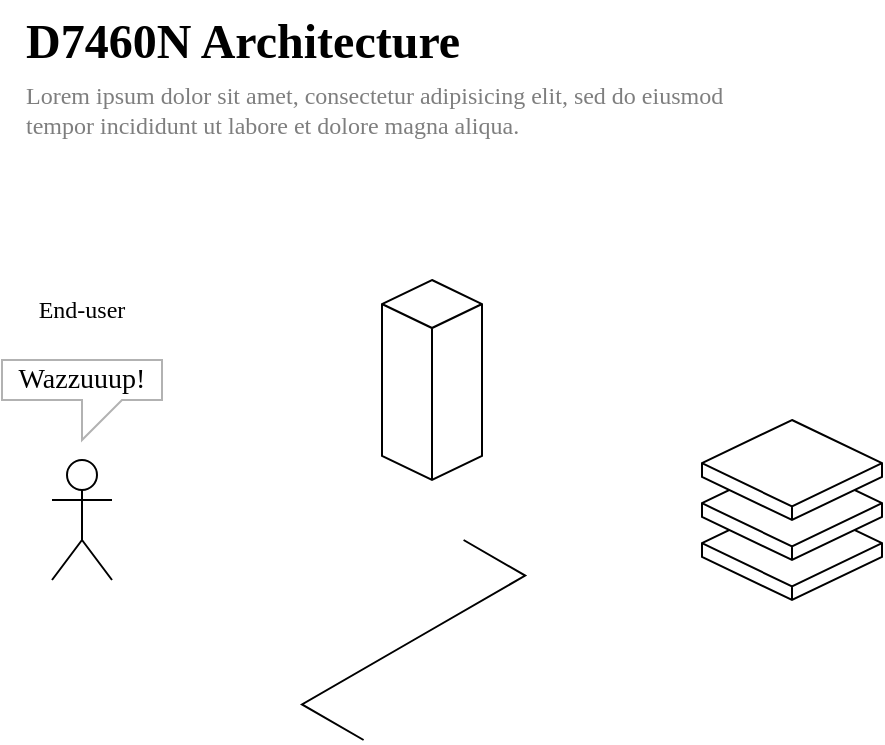
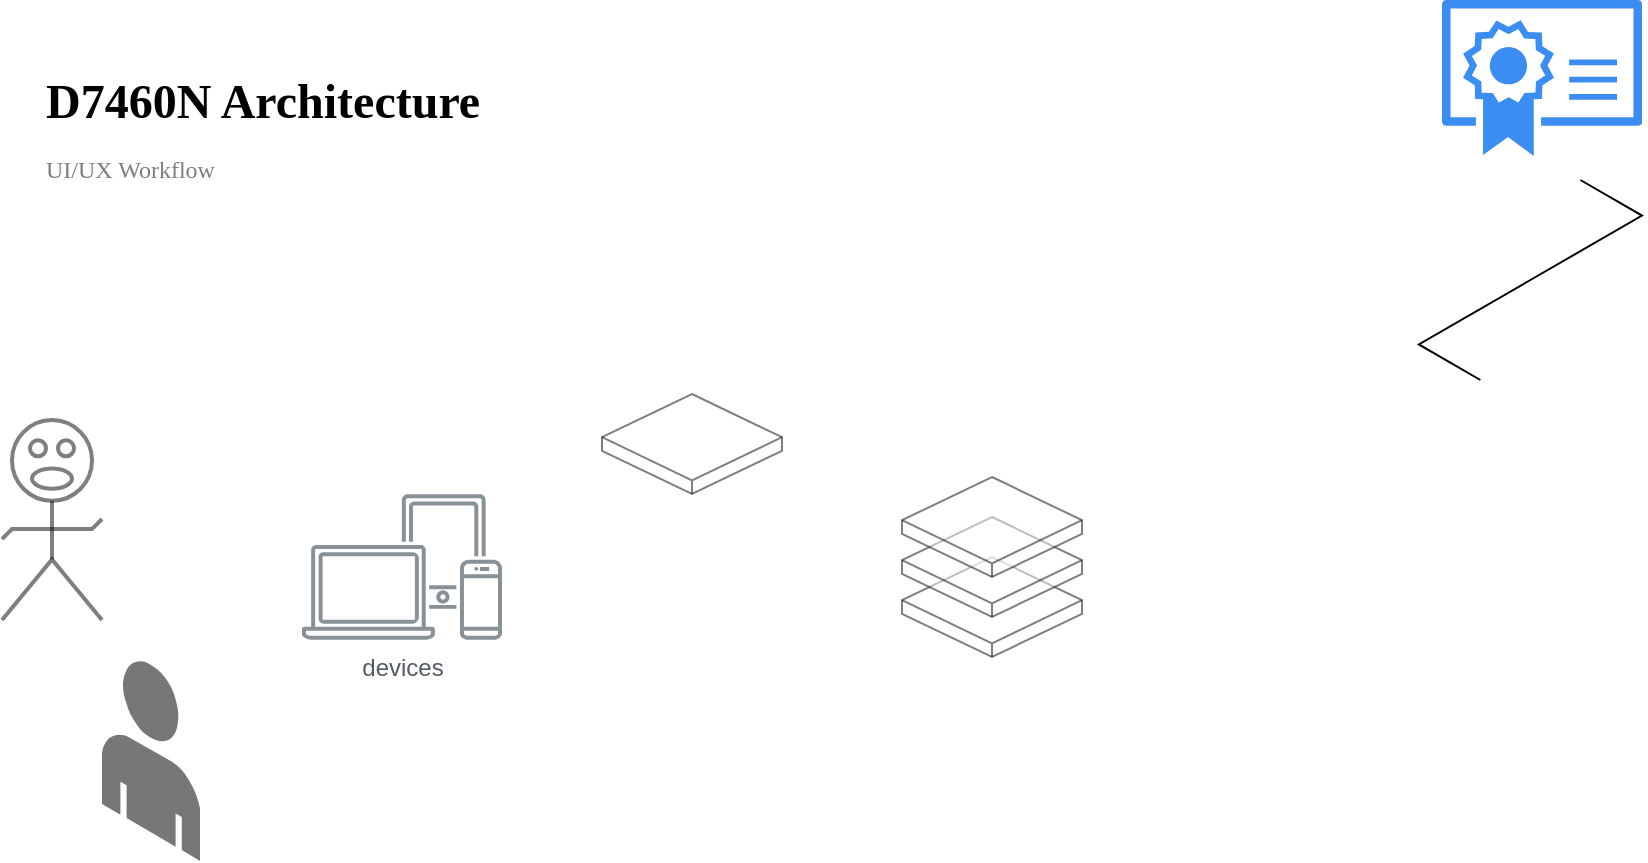
<mxfile host="app.diagrams.net">
  <diagram name="Page-1" id="1L3lwdz5k8RD5xpfTW7Q">
-     <mxGraphModel dx="2040" dy="1283" grid="1" gridSize="10" guides="1" tooltips="1" connect="1" arrows="1" fold="1" page="1" pageScale="1" pageWidth="850" pageHeight="1100" math="0" shadow="0">
+     <mxGraphModel dx="971" dy="611" grid="1" gridSize="10" guides="1" tooltips="1" connect="1" arrows="1" fold="1" page="1" pageScale="1" pageWidth="850" pageHeight="1100" background="none" math="0" shadow="0">
      <root>
        <mxCell id="0" />
        <mxCell id="1" parent="0" />
        <mxCell id="LfbMUPxPE-MoH8NiE-iL-1" parent="1" style="text;html=1;whiteSpace=wrap;overflow=hidden;rounded=0;fontFamily=Oxanium;fontSource=https%3A%2F%2Ffonts.googleapis.com%2Fcss%3Ffamily%3DOxanium;" value="&lt;h1 style=&quot;margin-top: 0px;&quot;&gt;D7460N Architecture&lt;/h1&gt;" vertex="1">
          <mxGeometry height="40" width="250" x="40" y="40" as="geometry" />
        </mxCell>
-         <mxCell id="LfbMUPxPE-MoH8NiE-iL-2" parent="1" style="shape=umlActor;verticalLabelPosition=bottom;verticalAlign=top;html=1;outlineConnect=0;fontFamily=Oxanium;fontSource=https%3A%2F%2Ffonts.googleapis.com%2Fcss%3Ffamily%3DOxanium;" value="" vertex="1">
-           <mxGeometry height="60" width="30" x="55" y="270" as="geometry" />
+         <mxCell id="LfbMUPxPE-MoH8NiE-iL-7" parent="1" style="html=1;whiteSpace=wrap;shape=isoCube2;backgroundOutline=1;isoAngle=15;fontFamily=Oxanium;fontSource=https%3A%2F%2Ffonts.googleapis.com%2Fcss%3Ffamily%3DOxanium;opacity=50;" value="" vertex="1">
+           <mxGeometry height="50" width="90" x="470" y="288.5" as="geometry" />
        </mxCell>
-         <mxCell id="LfbMUPxPE-MoH8NiE-iL-3" parent="1" style="text;html=1;whiteSpace=wrap;strokeColor=none;fillColor=none;align=center;verticalAlign=middle;rounded=0;fontFamily=Oxanium;fontSource=https%3A%2F%2Ffonts.googleapis.com%2Fcss%3Ffamily%3DOxanium;" value="End-user" vertex="1">
-           <mxGeometry height="30" width="60" x="40" y="180" as="geometry" />
+         <mxCell id="LfbMUPxPE-MoH8NiE-iL-8" parent="1" style="html=1;whiteSpace=wrap;shape=isoCube2;backgroundOutline=1;isoAngle=15;fontFamily=Oxanium;fontSource=https%3A%2F%2Ffonts.googleapis.com%2Fcss%3Ffamily%3DOxanium;opacity=50;" value="" vertex="1">
+           <mxGeometry height="50" width="90" x="470" y="268.5" as="geometry" />
        </mxCell>
-         <mxCell id="LfbMUPxPE-MoH8NiE-iL-7" parent="1" style="html=1;whiteSpace=wrap;shape=isoCube2;backgroundOutline=1;isoAngle=15;fontFamily=Oxanium;fontSource=https%3A%2F%2Ffonts.googleapis.com%2Fcss%3Ffamily%3DOxanium;" value="" vertex="1">
-           <mxGeometry height="50" width="90" x="380" y="290" as="geometry" />
-         </mxCell>
-         <mxCell id="LfbMUPxPE-MoH8NiE-iL-8" parent="1" style="html=1;whiteSpace=wrap;shape=isoCube2;backgroundOutline=1;isoAngle=15;fontFamily=Oxanium;fontSource=https%3A%2F%2Ffonts.googleapis.com%2Fcss%3Ffamily%3DOxanium;" value="" vertex="1">
-           <mxGeometry height="50" width="90" x="380" y="270" as="geometry" />
-         </mxCell>
-         <mxCell id="LfbMUPxPE-MoH8NiE-iL-9" parent="1" style="html=1;whiteSpace=wrap;shape=isoCube2;backgroundOutline=1;isoAngle=15;fontFamily=Oxanium;fontSource=https%3A%2F%2Ffonts.googleapis.com%2Fcss%3Ffamily%3DOxanium;" value="" vertex="1">
-           <mxGeometry height="50" width="90" x="380" y="250" as="geometry" />
-         </mxCell>
-         <mxCell id="vN-JYQFVEooeD03goyw9-2" parent="1" style="html=1;whiteSpace=wrap;shape=isoCube2;backgroundOutline=1;isoAngle=15;fontFamily=Oxanium;fontSource=https%3A%2F%2Ffonts.googleapis.com%2Fcss%3Ffamily%3DOxanium;" value="" vertex="1">
-           <mxGeometry height="100" width="50" x="220" y="180" as="geometry" />
+         <mxCell id="LfbMUPxPE-MoH8NiE-iL-9" parent="1" style="html=1;whiteSpace=wrap;shape=isoCube2;backgroundOutline=1;isoAngle=15;fontFamily=Oxanium;fontSource=https%3A%2F%2Ffonts.googleapis.com%2Fcss%3Ffamily%3DOxanium;opacity=50;" value="" vertex="1">
+           <mxGeometry height="50" width="90" x="470" y="248.5" as="geometry" />
        </mxCell>
        <mxCell id="vN-JYQFVEooeD03goyw9-3" edge="1" parent="1" style="edgeStyle=isometricEdgeStyle;endArrow=none;html=1;elbow=vertical;rounded=0;" value="">
          <mxGeometry height="100" relative="1" width="50" as="geometry">
-             <mxPoint x="210.8" y="410" as="sourcePoint" />
-             <mxPoint x="260.8" y="310" as="targetPoint" />
+             <mxPoint x="759.1999999999999" y="200" as="sourcePoint" />
+             <mxPoint x="809.1999999999999" y="100" as="targetPoint" />
          </mxGeometry>
        </mxCell>
-         <mxCell id="vN-JYQFVEooeD03goyw9-4" parent="1" style="shape=callout;whiteSpace=wrap;html=1;perimeter=calloutPerimeter;position2=0.5;size=20;position=0.5;fontFamily=Oxanium;fontSource=https%3A%2F%2Ffonts.googleapis.com%2Fcss%3Ffamily%3DOxanium;autosizeText=1;fontSize=14;opacity=30;" value="Wazzuuup!" vertex="1">
-           <mxGeometry height="40" width="80" x="30" y="220" as="geometry" />
+         <mxCell id="-z0_abtDp8Hiw1sDU8dF-1" parent="1" style="text;html=1;whiteSpace=wrap;strokeColor=none;fillColor=none;align=left;verticalAlign=middle;rounded=0;opacity=50;textOpacity=50;" value="&lt;span style=&quot;font-family: Oxanium;&quot;&gt;UI/UX Workflow&lt;/span&gt;" vertex="1">
+           <mxGeometry height="30" width="380" x="40" y="80" as="geometry" />
        </mxCell>
-         <mxCell id="-z0_abtDp8Hiw1sDU8dF-1" parent="1" style="text;html=1;whiteSpace=wrap;strokeColor=none;fillColor=none;align=left;verticalAlign=middle;rounded=0;opacity=50;textOpacity=50;" value="&lt;span style=&quot;font-family: Oxanium;&quot;&gt;Lorem ipsum dolor sit amet, consectetur adipisicing elit, sed do eiusmod tempor incididunt ut labore et dolore magna aliqua.&lt;/span&gt;" vertex="1">
-           <mxGeometry height="30" width="380" x="40" y="80" as="geometry" />
+         <mxCell id="TUrz2ZcVi2iwaZO9Qmu0-11" parent="1" style="sketch=0;outlineConnect=0;gradientColor=none;fontColor=#545B64;strokeColor=none;fillColor=#879196;dashed=0;verticalLabelPosition=bottom;verticalAlign=top;align=center;html=1;fontSize=12;fontStyle=0;aspect=fixed;shape=mxgraph.aws4.illustration_devices;pointerEvents=1" value="devices" vertex="1">
+           <mxGeometry height="73" width="100" x="170" y="257" as="geometry" />
+         </mxCell>
+         <mxCell id="TUrz2ZcVi2iwaZO9Qmu0-21" parent="1" style="sketch=0;html=1;aspect=fixed;strokeColor=none;shadow=0;fillColor=#3B8DF1;verticalAlign=top;labelPosition=center;verticalLabelPosition=bottom;shape=mxgraph.gcp2.certified_industry_standard" value="" vertex="1">
+           <mxGeometry height="78" width="100" x="740" y="10" as="geometry" />
+         </mxCell>
+         <mxCell id="TUrz2ZcVi2iwaZO9Qmu0-25" parent="1" style="verticalLabelPosition=bottom;html=1;verticalAlign=top;strokeWidth=1;align=center;outlineConnect=0;dashed=0;outlineConnect=0;shape=mxgraph.aws3d.end_user;strokeColor=none;fillColor=#777777;aspect=fixed;" value="" vertex="1">
+           <mxGeometry height="100.46" width="49" x="70" y="340" as="geometry" />
+         </mxCell>
+         <mxCell id="TUrz2ZcVi2iwaZO9Qmu0-26" parent="1" style="verticalLabelPosition=bottom;html=1;verticalAlign=top;strokeWidth=2;shape=mxgraph.lean_mapping.verbal;pointerEvents=1;opacity=50;" value="" vertex="1">
+           <mxGeometry height="100" width="50" x="20" y="220" as="geometry" />
+         </mxCell>
+         <mxCell id="TUrz2ZcVi2iwaZO9Qmu0-31" parent="1" style="html=1;whiteSpace=wrap;shape=isoCube2;backgroundOutline=1;isoAngle=15;fontFamily=Oxanium;fontSource=https%3A%2F%2Ffonts.googleapis.com%2Fcss%3Ffamily%3DOxanium;opacity=50;container=0;" value="" vertex="1">
+           <mxGeometry height="50" width="90" x="320" y="207" as="geometry" />
        </mxCell>
      </root>
    </mxGraphModel>
  </diagram>
</mxfile>
